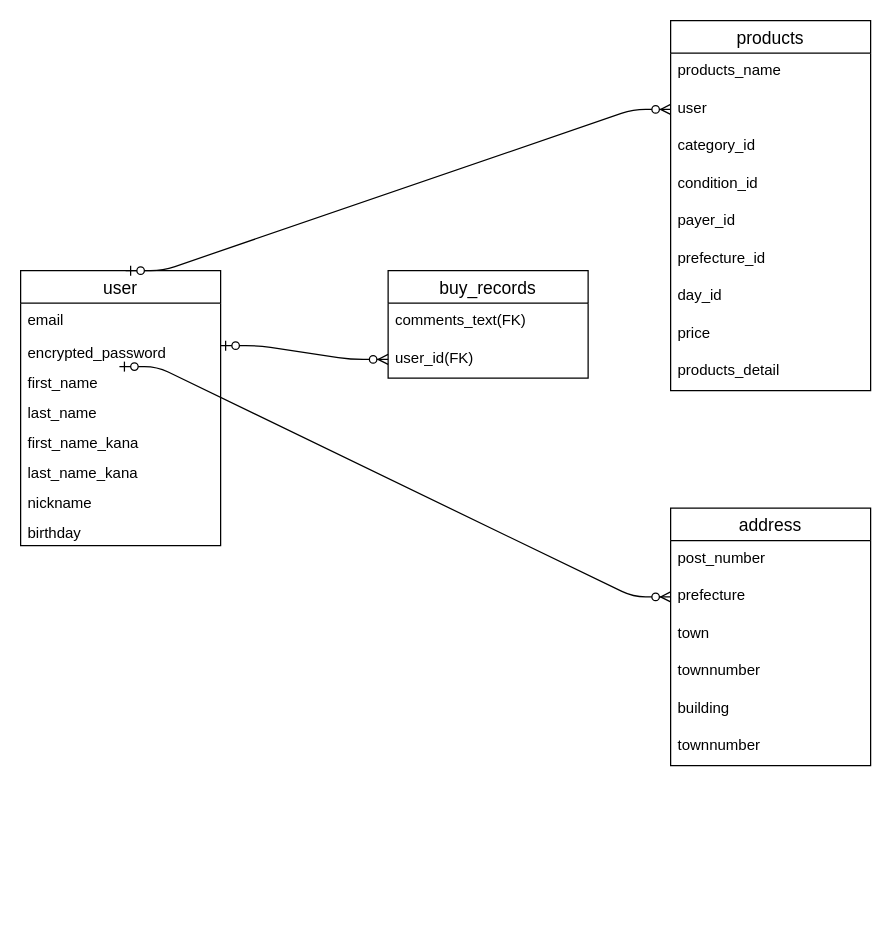
Above: er.dio in yumetokibou/furima-33370 (draw.io), before the change. Source tidied: cells renumbered, new cells numbered last; positions are measured from the earlier drawing's top-left corner, leaving out a move shared by most shapes. Both pictures are drawn from the tidied source at 125%, with x=0, y=0 at pixel (20, 20).
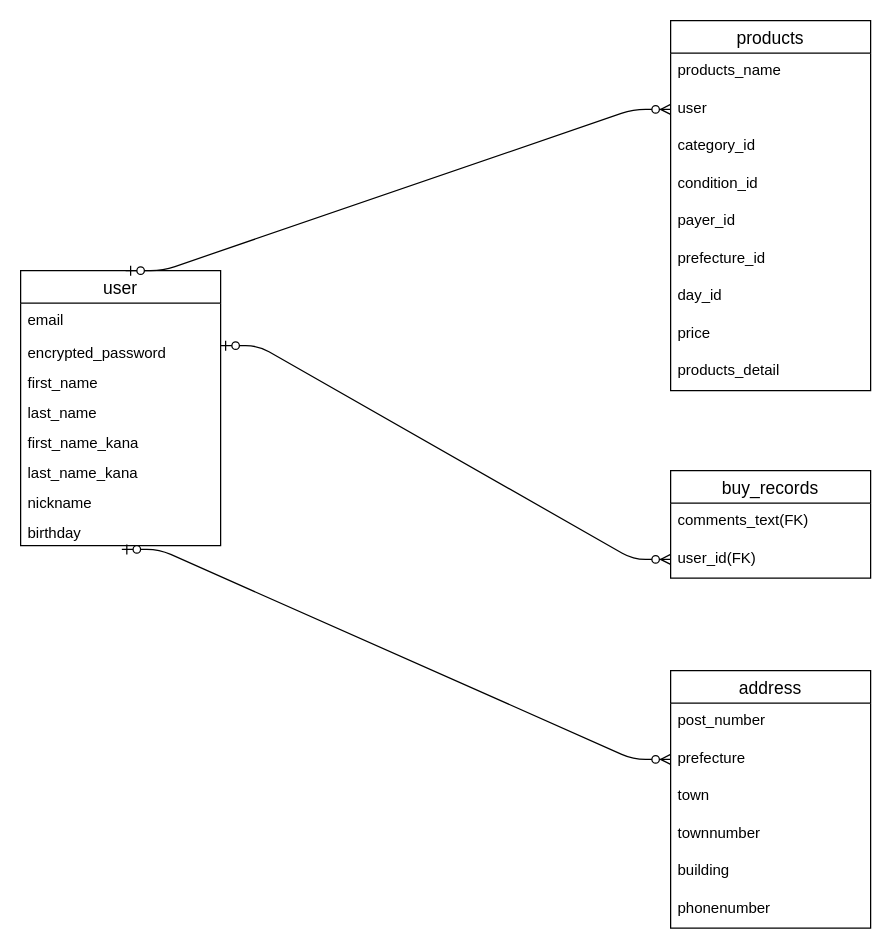
The same page after the edit.

The change refers to these unchanged cells:
```xml
<mxCell id="4" value="encrypted_password" style="text;strokeColor=none;fillColor=none;spacingLeft=4;spacingRight=4;overflow=hidden;points=[[0,0.5],[1,0.5]];portConstraint=eastwest;fontSize=12;" parent="2" vertex="1">
  <mxGeometry y="52" width="160" height="24" as="geometry" />
</mxCell>
<mxCell id="10" value="birthday" style="text;strokeColor=none;fillColor=none;spacingLeft=4;spacingRight=4;overflow=hidden;points=[[0,0.5],[1,0.5]];portConstraint=eastwest;fontSize=12;" parent="2" vertex="1">
  <mxGeometry y="196" width="160" height="24" as="geometry" />
</mxCell>
<mxCell id="26" value="prefecture" style="text;strokeColor=none;fillColor=none;spacingLeft=4;spacingRight=4;overflow=hidden;points=[[0,0.5],[1,0.5]];portConstraint=eastwest;fontSize=12;" parent="24" vertex="1">
  <mxGeometry y="56" width="160" height="30" as="geometry" />
</mxCell>
```

What changed in the source:
```diff
@@
     <mxCell id="21" value="buy_records" style="swimlane;fontStyle=0;horizontal=1;startSize=26;align=center;fontSize=14;" parent="1" vertex="1">
-      <mxGeometry x="294" y="200" width="160" height="86" as="geometry" />
+      <mxGeometry x="520" y="360" width="160" height="86" as="geometry" />
     </mxCell>
@@
     <mxCell id="24" value="address" style="swimlane;fontStyle=0;horizontal=1;startSize=26;align=center;fontSize=14;" parent="1" vertex="1">
-      <mxGeometry x="520" y="390" width="160" height="206" as="geometry" />
+      <mxGeometry x="520" y="520" width="160" height="206" as="geometry" />
     </mxCell>
@@
-    <mxCell id="30" value="townnumber" style="text;strokeColor=none;fillColor=none;spacingLeft=4;spacingRight=4;overflow=hidden;fontSize=12;" parent="24" vertex="1">
+    <mxCell id="30" value="phonenumber " style="text;strokeColor=none;fillColor=none;spacingLeft=4;spacingRight=4;overflow=hidden;fontSize=12;" parent="24" vertex="1">
       <mxGeometry y="176" width="160" height="30" as="geometry" />
     </mxCell>
@@
-    <mxCell id="33" style="edgeStyle=entityRelationEdgeStyle;fontSize=12;html=1;endArrow=ERzeroToMany;startArrow=ERzeroToOne;exitX=0.494;exitY=1.033;exitDx=0;exitDy=0;exitPerimeter=0;entryX=0;entryY=0.5;entryDx=0;entryDy=0;" parent="1" edge="1" source="4" target="26">
+    <mxCell id="33" style="edgeStyle=entityRelationEdgeStyle;fontSize=12;html=1;endArrow=ERzeroToMany;startArrow=ERzeroToOne;exitX=0.506;exitY=1.125;exitDx=0;exitDy=0;exitPerimeter=0;entryX=0;entryY=0.5;entryDx=0;entryDy=0;" parent="1" edge="1" source="10" target="26">
       <mxGeometry relative="1" as="geometry" />
     </mxCell>
```
